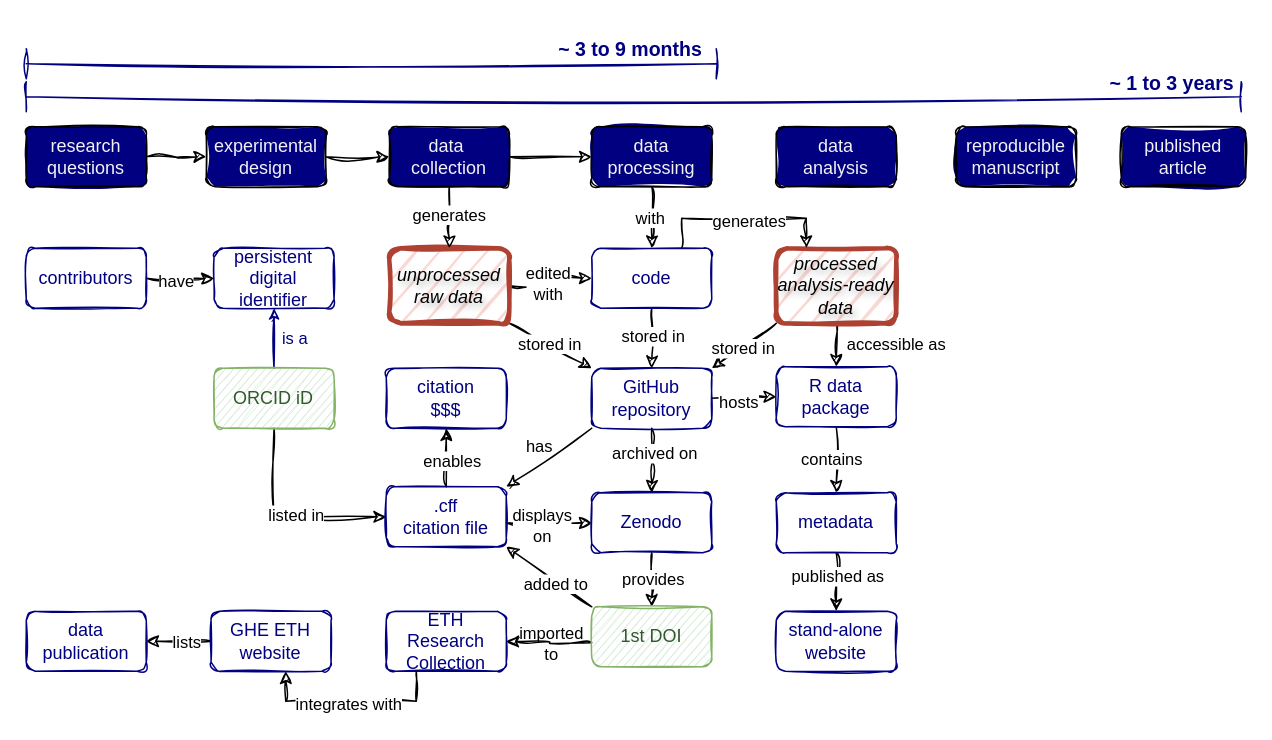
The draw.io diagram diagrams/ghe-rdm-workflow-v2.drawio in Global-Health-Engineering/concept-maps, before the edit. Source tidied: cells renumbered, new cells numbered last; positions are measured from the earlier drawing's top-left corner, leaving out a move shared by most shapes. Both pictures are drawn from the tidied source at 150%, with x=0, y=0 at pixel (26, 26).
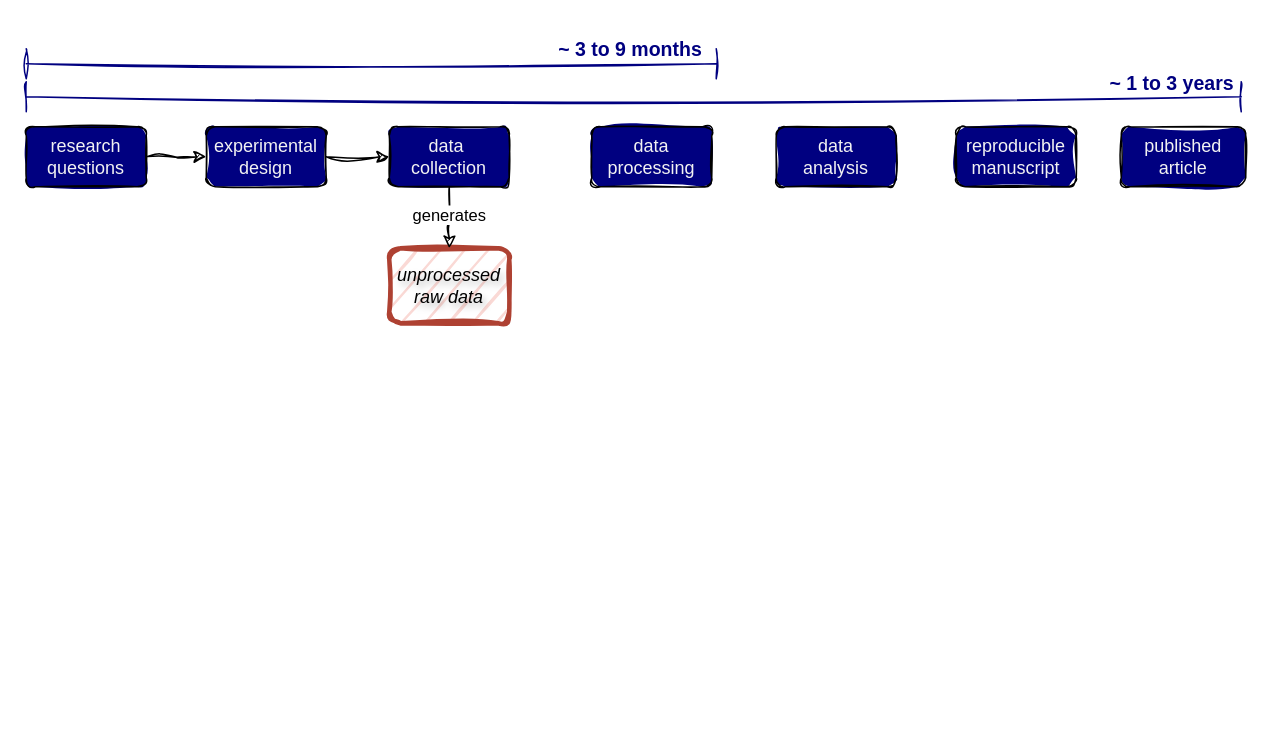
After the change.

What changed in the source:
```diff
@@
-    <mxCell id="1" parent="0" />
-    <mxCell id="2" style="edgeStyle=none;shape=connector;rounded=1;sketch=1;jiggle=2;curveFitting=1;orthogonalLoop=1;jettySize=auto;html=1;labelBackgroundColor=default;strokeColor=#000080;fontFamily=Helvetica;fontSize=11;fontColor=#000080;endArrow=classic;startSize=5;endSize=5;" parent="1" edge="1">
-      <mxGeometry relative="1" as="geometry">
-        <mxPoint x="442" y="557" as="sourcePoint" />
-      </mxGeometry>
-    </mxCell>
-    <mxCell id="3" value="&lt;div&gt;integrates&lt;/div&gt;&lt;div&gt;with&lt;br&gt;&lt;/div&gt;" style="edgeLabel;html=1;align=center;verticalAlign=middle;fontSize=11;fontFamily=Helvetica;fontColor=#000080;" parent="2" vertex="1">
-      <mxGeometry x="-0.14" y="-3" relative="1" as="geometry">
-        <mxPoint y="-23" as="offset" />
-      </mxGeometry>
-    </mxCell>
-    <mxCell id="4" style="edgeStyle=orthogonalEdgeStyle;rounded=0;sketch=1;hachureGap=4;jiggle=2;curveFitting=1;orthogonalLoop=1;jettySize=auto;html=1;fontFamily=Helvetica;" parent="1" edge="1">
-      <mxGeometry relative="1" as="geometry">
-        <mxPoint x="540" y="267" as="sourcePoint" />
-      </mxGeometry>
-    </mxCell>
-    <mxCell id="5" style="edgeStyle=orthogonalEdgeStyle;rounded=0;sketch=1;hachureGap=4;jiggle=2;curveFitting=1;orthogonalLoop=1;jettySize=auto;html=1;fontFamily=Helvetica;" parent="1" edge="1">
-      <mxGeometry relative="1" as="geometry">
-        <mxPoint x="540" y="351" as="sourcePoint" />
-      </mxGeometry>
-    </mxCell>
-    <mxCell id="6" style="edgeStyle=orthogonalEdgeStyle;rounded=0;sketch=1;hachureGap=4;jiggle=2;curveFitting=1;jettySize=auto;html=1;fontFamily=Architects Daughter;" parent="1" edge="1" source="8" target="11">
-      <mxGeometry relative="1" as="geometry" />
-    </mxCell>
-    <mxCell id="7" value="&lt;font face=&quot;Helvetica&quot;&gt;contains&lt;/font&gt;" style="edgeLabel;html=1;align=center;verticalAlign=middle;sketch=1;hachureGap=4;jiggle=2;curveFitting=1;fontFamily=Architects Daughter;" parent="6" vertex="1">
-      <mxGeometry x="-0.05" y="-4" relative="1" as="geometry" />
-    </mxCell>
-    <mxCell id="8" value="R data package" style="rounded=1;whiteSpace=wrap;html=1;fontSize=12;fontFamily=Helvetica;fillColor=none;sketch=1;labelBackgroundColor=none;strokeColor=#000080;fillStyle=zigzag;fontColor=#000080;" parent="1" vertex="1">
-      <mxGeometry x="500" y="227" width="80" height="40" as="geometry" />
-    </mxCell>
-    <mxCell id="9" style="edgeStyle=orthogonalEdgeStyle;rounded=0;sketch=1;hachureGap=4;jiggle=2;curveFitting=1;jettySize=auto;html=1;fontFamily=Architects Daughter;" parent="1" edge="1" source="11" target="12">
-      <mxGeometry relative="1" as="geometry" />
-    </mxCell>
-    <mxCell id="10" value="&lt;font face=&quot;Helvetica&quot;&gt;published as&lt;br&gt;&lt;/font&gt;" style="edgeLabel;html=1;align=center;verticalAlign=middle;sketch=1;hachureGap=4;jiggle=2;curveFitting=1;fontFamily=Architects Daughter;" parent="9" vertex="1">
-      <mxGeometry x="-0.27" relative="1" as="geometry" />
-    </mxCell>
-    <mxCell id="11" value="&lt;div&gt;metadata&lt;/div&gt;" style="rounded=1;whiteSpace=wrap;html=1;fontSize=12;fontFamily=Helvetica;fillColor=none;sketch=1;labelBackgroundColor=none;strokeColor=#000080;fillStyle=zigzag;fontColor=#000080;" parent="1" vertex="1">
-      <mxGeometry x="500" y="311" width="80" height="40" as="geometry" />
-    </mxCell>
-    <mxCell id="12" value="stand-alone&lt;br&gt;&lt;div&gt;website&lt;/div&gt;" style="rounded=1;whiteSpace=wrap;html=1;fontSize=12;fontFamily=Helvetica;fillColor=none;sketch=1;labelBackgroundColor=none;strokeColor=#000080;fillStyle=zigzag;fontColor=#000080;" parent="1" vertex="1">
-      <mxGeometry x="500" y="390" width="80" height="40" as="geometry" />
-    </mxCell>
-    <mxCell id="13" style="edgeStyle=orthogonalEdgeStyle;rounded=0;sketch=1;hachureGap=4;jiggle=2;curveFitting=1;jettySize=auto;html=1;exitX=0.5;exitY=1;exitDx=0;exitDy=0;entryX=0.5;entryY=0;entryDx=0;entryDy=0;fontFamily=Architects Daughter;" parent="1" edge="1" source="72" target="8">
-      <mxGeometry relative="1" as="geometry" />
-    </mxCell>
-    <mxCell id="14" value="&lt;font face=&quot;Helvetica&quot;&gt;accessible as&lt;/font&gt;" style="edgeLabel;html=1;align=center;verticalAlign=middle;sketch=1;hachureGap=4;jiggle=2;curveFitting=1;fontFamily=Architects Daughter;" parent="13" vertex="1">
-      <mxGeometry x="0.03" y="1" relative="1" as="geometry">
-        <mxPoint x="38" y="-2" as="offset" />
-      </mxGeometry>
-    </mxCell>
-    <mxCell id="15" parent="0" />
-    <mxCell id="16" value="&lt;div&gt;imported&lt;/div&gt;&lt;div&gt;to&lt;br&gt;&lt;/div&gt;" style="edgeLabel;html=1;align=center;verticalAlign=middle;sketch=1;hachureGap=4;jiggle=2;curveFitting=1;fontFamily=Helvetica;" parent="15" vertex="1">
-      <mxGeometry x="349" y="411.5" as="geometry" />
-    </mxCell>
-    <mxCell id="17" value="ETH Research Collection" style="rounded=1;whiteSpace=wrap;html=1;fontSize=12;fontFamily=Helvetica;fillColor=none;sketch=1;labelBackgroundColor=none;strokeColor=#000080;fillStyle=zigzag;fontColor=#000080;" parent="15" vertex="1">
-      <mxGeometry x="240" y="390" width="80" height="40" as="geometry" />
-    </mxCell>
-    <mxCell id="18" style="edgeStyle=orthogonalEdgeStyle;rounded=0;sketch=1;hachureGap=4;jiggle=2;curveFitting=1;jettySize=auto;html=1;fontFamily=Architects Daughter;" parent="15" edge="1" source="20" target="21">
-      <mxGeometry relative="1" as="geometry" />
-    </mxCell>
-    <mxCell id="19" value="&lt;font face=&quot;Helvetica&quot;&gt;lists&lt;/font&gt;" style="edgeLabel;html=1;align=center;verticalAlign=middle;sketch=1;hachureGap=4;jiggle=2;curveFitting=1;fontFamily=Architects Daughter;" parent="18" vertex="1">
-      <mxGeometry x="-0.2" relative="1" as="geometry" />
-    </mxCell>
-    <mxCell id="20" value="GHE ETH website" style="rounded=1;whiteSpace=wrap;html=1;fontSize=12;fontFamily=Helvetica;fillColor=none;sketch=1;labelBackgroundColor=none;strokeColor=#000080;fillStyle=zigzag;fontColor=#000080;" parent="15" vertex="1">
-      <mxGeometry x="123.2" y="390" width="80" height="40" as="geometry" />
-    </mxCell>
-    <mxCell id="21" value="data publication" style="rounded=1;whiteSpace=wrap;html=1;fontSize=12;fontFamily=Helvetica;fillColor=none;sketch=1;labelBackgroundColor=none;fontColor=#000080;strokeColor=#000080;" parent="15" vertex="1">
-      <mxGeometry y="390" width="80" height="40" as="geometry" />
-    </mxCell>
-    <mxCell id="22" style="edgeStyle=orthogonalEdgeStyle;rounded=0;sketch=1;hachureGap=4;jiggle=2;curveFitting=1;jettySize=auto;html=1;exitX=0.25;exitY=1;exitDx=0;exitDy=0;entryX=0.623;entryY=1;entryDx=0;entryDy=0;entryPerimeter=0;fontFamily=Architects Daughter;" parent="15" edge="1" source="17" target="20">
-      <mxGeometry relative="1" as="geometry" />
-    </mxCell>
-    <mxCell id="23" value="&lt;font face=&quot;Helvetica&quot;&gt;integrates with&lt;/font&gt;" style="edgeLabel;html=1;align=center;verticalAlign=middle;sketch=1;hachureGap=4;jiggle=2;curveFitting=1;fontFamily=Architects Daughter;" parent="22" vertex="1">
-      <mxGeometry x="0.04" y="1" relative="1" as="geometry" />
-    </mxCell>
-    <mxCell id="24" style="edgeStyle=orthogonalEdgeStyle;rounded=0;sketch=1;hachureGap=4;jiggle=2;curveFitting=1;orthogonalLoop=1;jettySize=auto;html=1;fontFamily=Helvetica;" parent="15" edge="1">
-      <mxGeometry relative="1" as="geometry">
-        <mxPoint x="377" y="411" as="sourcePoint" />
-        <mxPoint x="320" y="410" as="targetPoint" />
-      </mxGeometry>
-    </mxCell>
-    <mxCell id="25" parent="0" />
-    <mxCell id="26" style="edgeStyle=orthogonalEdgeStyle;rounded=0;sketch=1;hachureGap=4;jiggle=2;curveFitting=1;orthogonalLoop=1;jettySize=auto;html=1;fontFamily=Helvetica;" parent="25" edge="1">
-      <mxGeometry relative="1" as="geometry">
-        <mxPoint x="660" y="278" as="sourcePoint" />
-      </mxGeometry>
-    </mxCell>
-    <mxCell id="27" style="edgeStyle=orthogonalEdgeStyle;rounded=0;sketch=1;hachureGap=4;jiggle=2;curveFitting=1;orthogonalLoop=1;jettySize=auto;html=1;fontFamily=Helvetica;" parent="25" edge="1">
-      <mxGeometry relative="1" as="geometry">
-        <mxPoint x="125.2" y="168" as="targetPoint" />
-      </mxGeometry>
-    </mxCell>
-    <mxCell id="28" style="edgeStyle=orthogonalEdgeStyle;rounded=0;sketch=1;hachureGap=4;jiggle=2;curveFitting=1;jettySize=auto;html=1;fontFamily=Architects Daughter;" parent="25" edge="1" source="30" target="36">
-      <mxGeometry relative="1" as="geometry" />
-    </mxCell>
-    <mxCell id="29" value="provides" style="edgeLabel;html=1;align=center;verticalAlign=middle;sketch=1;hachureGap=4;jiggle=2;curveFitting=1;fontFamily=Helvetica;" parent="28" vertex="1">
-      <mxGeometry x="0.14" relative="1" as="geometry" />
-    </mxCell>
-    <mxCell id="30" value="Zenodo" style="rounded=1;whiteSpace=wrap;html=1;fontSize=12;fontFamily=Helvetica;fillColor=none;sketch=1;labelBackgroundColor=none;strokeColor=#000080;fillStyle=zigzag;fontColor=#000080;" parent="25" vertex="1">
-      <mxGeometry x="377" y="311" width="80" height="40" as="geometry" />
-    </mxCell>
-    <mxCell id="31" style="edgeStyle=orthogonalEdgeStyle;rounded=0;sketch=1;hachureGap=4;jiggle=2;curveFitting=1;jettySize=auto;html=1;fontFamily=Helvetica;" parent="25" edge="1" target="30">
-      <mxGeometry relative="1" as="geometry">
-        <mxPoint x="320" y="331" as="sourcePoint" />
-      </mxGeometry>
-    </mxCell>
-    <mxCell id="32" style="edgeStyle=orthogonalEdgeStyle;rounded=0;sketch=1;hachureGap=4;jiggle=2;curveFitting=1;orthogonalLoop=1;jettySize=auto;html=1;exitX=0.25;exitY=1;exitDx=0;exitDy=0;entryX=0.5;entryY=1;entryDx=0;entryDy=0;fontFamily=Architects Daughter;" parent="25" edge="1">
-      <mxGeometry relative="1" as="geometry">
-        <mxPoint x="260" y="430" as="sourcePoint" />
-        <Array as="points">
-          <mxPoint x="280" y="430" />
-          <mxPoint x="280" y="450" />
-          <mxPoint x="163" y="450" />
-        </Array>
-      </mxGeometry>
-    </mxCell>
-    <mxCell id="33" style="edgeStyle=orthogonalEdgeStyle;rounded=0;sketch=1;hachureGap=4;jiggle=2;curveFitting=1;orthogonalLoop=1;jettySize=auto;html=1;fontFamily=Helvetica;" parent="25" edge="1">
-      <mxGeometry relative="1" as="geometry">
-        <mxPoint x="123.2" y="410" as="sourcePoint" />
-      </mxGeometry>
-    </mxCell>
-    <mxCell id="34" style="edgeStyle=orthogonalEdgeStyle;rounded=0;sketch=1;hachureGap=4;jiggle=2;curveFitting=1;orthogonalLoop=1;jettySize=auto;html=1;exitX=0.25;exitY=1;exitDx=0;exitDy=0;entryX=0.75;entryY=1;entryDx=0;entryDy=0;fontFamily=Helvetica;" parent="25" edge="1">
-      <mxGeometry relative="1" as="geometry">
-        <mxPoint x="260" y="422" as="sourcePoint" />
-      </mxGeometry>
-    </mxCell>
-    <mxCell id="35" value="integrates with" style="edgeLabel;html=1;align=center;verticalAlign=middle;sketch=1;hachureGap=4;jiggle=2;curveFitting=1;fontFamily=Helvetica;" parent="34" vertex="1">
-      <mxGeometry x="-0.11" y="-3" relative="1" as="geometry" />
-    </mxCell>
-    <mxCell id="36" value="&lt;div&gt;&lt;font color=&quot;#30592D&quot;&gt;1st DOI&lt;/font&gt;&lt;/div&gt;" style="rounded=1;whiteSpace=wrap;html=1;fontSize=12;fontFamily=Helvetica;fillColor=#d5e8d4;sketch=1;labelBackgroundColor=none;strokeColor=#82b366;fontColor=#000000;" parent="25" vertex="1">
-      <mxGeometry x="377" y="387" width="80" height="40" as="geometry" />
-    </mxCell>
-    <mxCell id="37" value="&lt;div&gt;displays&lt;/div&gt;&lt;div&gt;on&lt;br&gt;&lt;/div&gt;" style="edgeLabel;html=1;align=center;verticalAlign=middle;sketch=1;hachureGap=4;jiggle=2;curveFitting=1;fontFamily=Helvetica;" parent="25" vertex="1">
-      <mxGeometry x="343" y="332.4" as="geometry" />
-    </mxCell>
-    <mxCell id="38" parent="0" />
-    <mxCell id="39" value="&lt;div&gt;citation&lt;/div&gt;$$$" style="rounded=1;whiteSpace=wrap;html=1;fontSize=12;fontFamily=Helvetica;fillColor=none;sketch=1;labelBackgroundColor=none;strokeColor=#000080;fillStyle=zigzag;fontColor=#000080;" parent="38" vertex="1">
-      <mxGeometry x="240" y="228" width="80" height="40" as="geometry" />
-    </mxCell>
-    <mxCell id="40" parent="0" />
-    <mxCell id="41" style="edgeStyle=orthogonalEdgeStyle;rounded=0;sketch=1;hachureGap=4;jiggle=2;curveFitting=1;jettySize=auto;html=1;fontFamily=Helvetica;" parent="40" edge="1" target="30">
-      <mxGeometry relative="1" as="geometry">
-        <mxPoint x="417" y="268" as="sourcePoint" />
-      </mxGeometry>
-    </mxCell>
-    <mxCell id="42" value="&lt;font face=&quot;Helvetica&quot;&gt;archived on&lt;/font&gt;" style="edgeLabel;html=1;align=center;verticalAlign=middle;sketch=1;hachureGap=4;jiggle=2;curveFitting=1;fontFamily=Architects Daughter;" parent="41" vertex="1">
-      <mxGeometry x="-0.22" y="1" relative="1" as="geometry" />
-    </mxCell>
-    <mxCell id="43" style="edgeStyle=none;shape=connector;rounded=1;sketch=1;jiggle=2;curveFitting=1;jettySize=auto;html=1;labelBackgroundColor=default;strokeColor=#000080;fontFamily=Helvetica;fontSize=11;fontColor=#000080;endArrow=classic;startSize=5;endSize=5;" parent="40" edge="1" source="47" target="48">
-      <mxGeometry relative="1" as="geometry" />
-    </mxCell>
-    <mxCell id="44" value="is a" style="edgeLabel;html=1;align=center;verticalAlign=middle;fontSize=11;fontFamily=Helvetica;fontColor=#000080;" parent="43" vertex="1">
-      <mxGeometry x="0.04" relative="1" as="geometry">
-        <mxPoint x="13" as="offset" />
-      </mxGeometry>
-    </mxCell>
-    <mxCell id="45" style="edgeStyle=orthogonalEdgeStyle;rounded=0;sketch=1;hachureGap=4;jiggle=2;curveFitting=1;jettySize=auto;html=1;exitX=0.5;exitY=1;exitDx=0;exitDy=0;entryX=0;entryY=0.5;entryDx=0;entryDy=0;fontFamily=Architects Daughter;" parent="40" edge="1" source="47" target="53">
-      <mxGeometry relative="1" as="geometry" />
-    </mxCell>
-    <mxCell id="46" value="&lt;font face=&quot;Helvetica&quot;&gt;listed in&lt;/font&gt;" style="edgeLabel;html=1;align=center;verticalAlign=middle;sketch=1;hachureGap=4;jiggle=2;curveFitting=1;fontFamily=Architects Daughter;" parent="45" vertex="1">
-      <mxGeometry x="0.09" y="2" relative="1" as="geometry" />
-    </mxCell>
-    <mxCell id="47" value="&lt;font color=&quot;#30592D&quot;&gt;ORCID iD&lt;/font&gt;" style="rounded=1;whiteSpace=wrap;html=1;fontSize=12;fontFamily=Helvetica;fillColor=#d5e8d4;sketch=1;labelBackgroundColor=none;fontColor=#000000;strokeColor=#82b366;" parent="40" vertex="1">
-      <mxGeometry x="125.2" y="228" width="80" height="40" as="geometry" />
-    </mxCell>
-    <mxCell id="48" value="persistent digital identifier" style="rounded=1;whiteSpace=wrap;html=1;fontSize=12;fontFamily=Helvetica;fillColor=none;sketch=1;labelBackgroundColor=none;fontColor=#000080;strokeColor=#000080;" parent="40" vertex="1">
-      <mxGeometry x="125.2" y="148" width="80" height="40" as="geometry" />
-    </mxCell>
-    <mxCell id="49" style="edgeStyle=orthogonalEdgeStyle;rounded=0;sketch=1;hachureGap=4;jiggle=2;curveFitting=1;jettySize=auto;html=1;fontFamily=Architects Daughter;" parent="40" edge="1" target="48">
-      <mxGeometry relative="1" as="geometry">
-        <mxPoint x="80" y="168" as="sourcePoint" />
-      </mxGeometry>
-    </mxCell>
-    <mxCell id="50" value="have" style="edgeLabel;html=1;align=center;verticalAlign=middle;sketch=1;hachureGap=4;jiggle=2;curveFitting=1;fontFamily=Helvetica;" parent="49" vertex="1">
-      <mxGeometry x="-0.11" y="-1" relative="1" as="geometry" />
-    </mxCell>
-    <mxCell id="51" style="edgeStyle=orthogonalEdgeStyle;rounded=0;sketch=1;hachureGap=4;jiggle=2;curveFitting=1;jettySize=auto;html=1;exitX=0.5;exitY=0;exitDx=0;exitDy=0;entryX=0.5;entryY=1;entryDx=0;entryDy=0;fontFamily=Architects Daughter;" parent="40" edge="1" source="53" target="39">
-      <mxGeometry relative="1" as="geometry" />
-    </mxCell>
-    <mxCell id="52" value="&lt;font face=&quot;Helvetica&quot;&gt;enables&lt;/font&gt;" style="edgeLabel;html=1;align=center;verticalAlign=middle;sketch=1;hachureGap=4;jiggle=2;curveFitting=1;fontFamily=Architects Daughter;" parent="51" vertex="1">
-      <mxGeometry x="-0.08" y="-3" relative="1" as="geometry" />
-    </mxCell>
-    <mxCell id="53" value="&lt;div&gt;.cff&lt;/div&gt;&lt;div&gt;citation file&lt;br&gt;&lt;/div&gt;" style="rounded=1;whiteSpace=wrap;html=1;fontSize=12;fontFamily=Helvetica;fillColor=none;sketch=1;labelBackgroundColor=none;strokeColor=#000080;fillStyle=zigzag;fontColor=#000080;" parent="40" vertex="1">
-      <mxGeometry x="240" y="307" width="80" height="40" as="geometry" />
-    </mxCell>
-    <mxCell id="54" value="contributors" style="rounded=1;whiteSpace=wrap;html=1;fontSize=12;fontFamily=Helvetica;fillColor=none;sketch=1;labelBackgroundColor=none;fontColor=#000080;strokeColor=#000080;" parent="40" vertex="1">
-      <mxGeometry y="148" width="80" height="40" as="geometry" />
-    </mxCell>
-    <mxCell id="55" value="&lt;font face=&quot;Helvetica&quot;&gt;has&lt;/font&gt;" style="edgeLabel;html=1;align=center;verticalAlign=middle;sketch=1;hachureGap=4;jiggle=2;curveFitting=1;fontFamily=Architects Daughter;" parent="40" vertex="1">
-      <mxGeometry x="341.9" y="279.6" as="geometry" />
-    </mxCell>
-    <mxCell id="56" style="rounded=0;sketch=1;hachureGap=4;jiggle=2;curveFitting=1;orthogonalLoop=1;jettySize=auto;html=1;exitX=0;exitY=1;exitDx=0;exitDy=0;entryX=1;entryY=0;entryDx=0;entryDy=0;fontFamily=Architects Daughter;" parent="40" edge="1">
-      <mxGeometry relative="1" as="geometry">
-        <mxPoint x="377" y="268" as="sourcePoint" />
-        <mxPoint x="320" y="307" as="targetPoint" />
-      </mxGeometry>
-    </mxCell>
-    <mxCell id="57" style="rounded=0;sketch=1;hachureGap=4;jiggle=2;curveFitting=1;jettySize=auto;html=1;exitX=0;exitY=0;exitDx=0;exitDy=0;entryX=1;entryY=1;entryDx=0;entryDy=0;fontFamily=Architects Daughter;" parent="40" edge="1" source="36" target="53">
-      <mxGeometry relative="1" as="geometry" />
-    </mxCell>
-    <mxCell id="58" value="&lt;font face=&quot;Helvetica&quot;&gt;added to&lt;/font&gt;" style="edgeLabel;html=1;align=center;verticalAlign=middle;sketch=1;hachureGap=4;jiggle=2;curveFitting=1;fontFamily=Architects Daughter;" parent="57" vertex="1">
-      <mxGeometry x="-0.17" y="1" relative="1" as="geometry" />
-    </mxCell>
-    <mxCell id="59" parent="0" />
-    <mxCell id="60" style="rounded=0;sketch=1;hachureGap=4;jiggle=2;curveFitting=1;jettySize=auto;html=1;exitX=1;exitY=1;exitDx=0;exitDy=0;entryX=0;entryY=0;entryDx=0;entryDy=0;fontFamily=Helvetica;" parent="59" edge="1" target="68">
-      <mxGeometry relative="1" as="geometry">
-        <mxPoint x="322" y="198" as="sourcePoint" />
-      </mxGeometry>
-    </mxCell>
-    <mxCell id="61" value="stored in" style="edgeLabel;html=1;align=center;verticalAlign=middle;sketch=1;hachureGap=4;jiggle=2;curveFitting=1;fontFamily=Helvetica;" parent="60" vertex="1">
-      <mxGeometry x="-0.03" y="1" relative="1" as="geometry" />
-    </mxCell>
-    <mxCell id="62" style="rounded=0;sketch=1;hachureGap=4;jiggle=2;curveFitting=1;jettySize=auto;html=1;exitX=0;exitY=1;exitDx=0;exitDy=0;entryX=1;entryY=0;entryDx=0;entryDy=0;fontFamily=Helvetica;" parent="59" edge="1" target="68">
-      <mxGeometry relative="1" as="geometry">
-        <mxPoint x="500" y="198" as="sourcePoint" />
-      </mxGeometry>
-    </mxCell>
-    <mxCell id="63" value="stored in" style="edgeLabel;html=1;align=center;verticalAlign=middle;sketch=1;hachureGap=4;jiggle=2;curveFitting=1;fontFamily=Helvetica;" parent="62" vertex="1">
-      <mxGeometry x="0.07" relative="1" as="geometry" />
-    </mxCell>
-    <mxCell id="64" style="edgeStyle=orthogonalEdgeStyle;rounded=0;sketch=1;hachureGap=4;jiggle=2;curveFitting=1;jettySize=auto;html=1;fontFamily=Helvetica;" parent="59" edge="1" target="68">
-      <mxGeometry relative="1" as="geometry">
-        <mxPoint x="417" y="188" as="sourcePoint" />
-      </mxGeometry>
-    </mxCell>
-    <mxCell id="65" value="stored in" style="edgeLabel;html=1;align=center;verticalAlign=middle;sketch=1;hachureGap=4;jiggle=2;curveFitting=1;fontFamily=Helvetica;" parent="64" vertex="1">
-      <mxGeometry x="-0.05" relative="1" as="geometry" />
-    </mxCell>
-    <mxCell id="66" style="edgeStyle=orthogonalEdgeStyle;rounded=0;sketch=1;hachureGap=4;jiggle=2;curveFitting=1;jettySize=auto;html=1;fontFamily=Architects Daughter;" parent="59" edge="1" source="68" target="8">
-      <mxGeometry relative="1" as="geometry" />
-    </mxCell>
-    <mxCell id="67" value="&lt;font face=&quot;Helvetica&quot;&gt;hosts&lt;/font&gt;" style="edgeLabel;html=1;align=center;verticalAlign=middle;sketch=1;hachureGap=4;jiggle=2;curveFitting=1;fontFamily=Architects Daughter;" parent="66" vertex="1">
-      <mxGeometry x="-0.21" y="-2" relative="1" as="geometry" />
-    </mxCell>
-    <mxCell id="68" value="&lt;div&gt;GitHub&lt;/div&gt;&lt;div&gt;repository&lt;/div&gt;" style="rounded=1;whiteSpace=wrap;html=1;fontSize=12;fontFamily=Helvetica;fillColor=none;sketch=1;labelBackgroundColor=none;strokeColor=#000080;fillStyle=zigzag;fontColor=#000080;" parent="59" vertex="1">
-      <mxGeometry x="377" y="228" width="80" height="40" as="geometry" />
-    </mxCell>
-    <mxCell id="69" parent="0" />
-    <mxCell id="70" style="edgeStyle=orthogonalEdgeStyle;rounded=0;sketch=1;hachureGap=4;jiggle=2;curveFitting=1;jettySize=auto;html=1;fontFamily=Helvetica;" parent="69" edge="1" target="75">
-      <mxGeometry relative="1" as="geometry">
-        <mxPoint x="322" y="173" as="sourcePoint" />
-      </mxGeometry>
-    </mxCell>
-    <mxCell id="71" value="&lt;div&gt;edited&lt;/div&gt;&lt;div&gt;with&lt;br&gt;&lt;/div&gt;" style="edgeLabel;html=1;align=center;verticalAlign=middle;sketch=1;hachureGap=4;jiggle=2;curveFitting=1;fontFamily=Helvetica;" parent="70" vertex="1">
-      <mxGeometry x="-0.02" y="-5" relative="1" as="geometry">
-        <mxPoint x="-8" as="offset" />
-      </mxGeometry>
-    </mxCell>
-    <mxCell id="72" value="&lt;div&gt;&lt;span&gt;&lt;i&gt;processed&lt;/i&gt;&lt;/span&gt;&lt;/div&gt;&lt;div&gt;&lt;span&gt;&lt;i&gt;analysis-ready data&lt;br&gt;&lt;/i&gt;&lt;/span&gt;&lt;/div&gt;" style="rounded=1;whiteSpace=wrap;html=1;strokeWidth=3;fontSize=12;fontFamily=Helvetica;fillColor=#fad9d5;sketch=1;labelBackgroundColor=none;strokeColor=#ae4132;fontStyle=0;textShadow=1;" parent="69" vertex="1">
-      <mxGeometry x="500" y="148" width="80" height="50" as="geometry" />
-    </mxCell>
-    <mxCell id="73" style="edgeStyle=orthogonalEdgeStyle;rounded=0;sketch=1;hachureGap=4;jiggle=2;curveFitting=1;jettySize=auto;html=1;exitX=0.75;exitY=0;exitDx=0;exitDy=0;entryX=0.25;entryY=0;entryDx=0;entryDy=0;fontFamily=Helvetica;" parent="69" edge="1" source="75" target="72">
-      <mxGeometry relative="1" as="geometry" />
-    </mxCell>
-    <mxCell id="74" value="generates" style="edgeLabel;html=1;align=center;verticalAlign=middle;sketch=1;hachureGap=4;jiggle=2;curveFitting=1;fontFamily=Helvetica;" parent="73" vertex="1">
-      <mxGeometry x="0.04" y="-1" relative="1" as="geometry" />
-    </mxCell>
-    <mxCell id="75" value="code" style="rounded=1;whiteSpace=wrap;html=1;fontSize=12;fontFamily=Helvetica;fillColor=none;sketch=1;labelBackgroundColor=none;fontColor=#000080;strokeColor=#000080;" parent="69" vertex="1">
-      <mxGeometry x="377" y="148" width="80" height="40" as="geometry" />
-    </mxCell>
-    <mxCell id="76" style="edgeStyle=orthogonalEdgeStyle;rounded=0;sketch=1;hachureGap=4;jiggle=2;curveFitting=1;jettySize=auto;html=1;fontFamily=Helvetica;" parent="69" edge="1" target="75">
-      <mxGeometry relative="1" as="geometry">
-        <mxPoint x="417" y="107" as="sourcePoint" />
-      </mxGeometry>
-    </mxCell>
-    <mxCell id="77" value="with" style="edgeLabel;html=1;align=center;verticalAlign=middle;sketch=1;hachureGap=4;jiggle=2;curveFitting=1;fontFamily=Helvetica;" parent="76" vertex="1">
-      <mxGeometry x="-0.03" y="-2" relative="1" as="geometry" />
-    </mxCell>
-    <mxCell id="78" style="edgeStyle=orthogonalEdgeStyle;rounded=0;sketch=1;hachureGap=4;jiggle=2;curveFitting=1;orthogonalLoop=1;jettySize=auto;html=1;exitX=1;exitY=0.5;exitDx=0;exitDy=0;entryX=0;entryY=0.5;entryDx=0;entryDy=0;fontFamily=Architects Daughter;" parent="69" edge="1">
-      <mxGeometry relative="1" as="geometry">
-        <mxPoint x="322" y="87" as="sourcePoint" />
-        <mxPoint x="377" y="87" as="targetPoint" />
-      </mxGeometry>
-    </mxCell>
```
